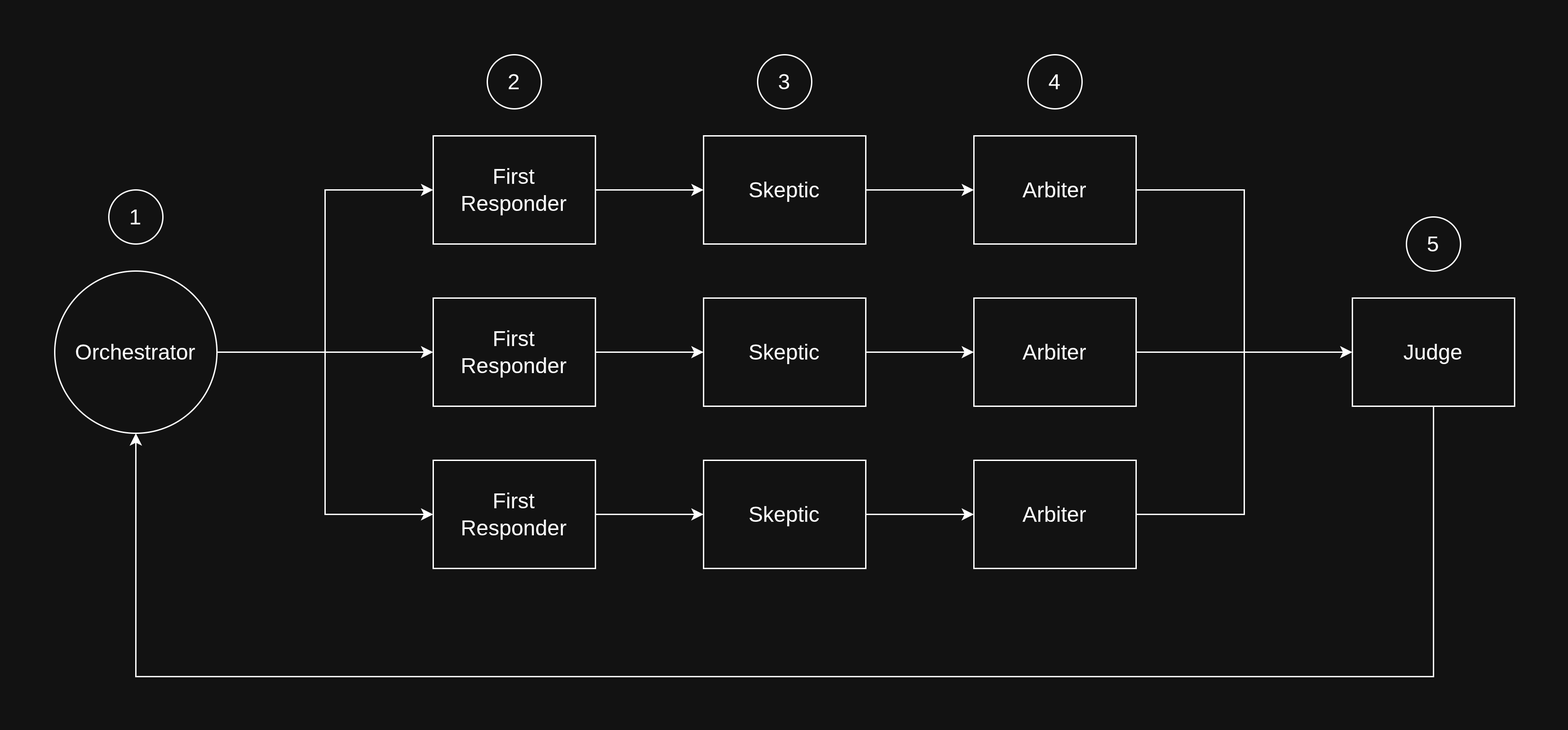
Above: chatbot/figures/figure_2.drawio.png in symbolfigures/bitloops (draw.io), before the change. Source tidied: cells renumbered, new cells last; positions are measured from the earlier drawing's top-left corner, leaving out a move shared by most shapes. Source of this version:
```xml
<mxGraphModel>
  <root>
    <mxCell id="0" />
    <mxCell id="1" parent="0" />
    <mxCell id="2" style="rounded=0;whiteSpace=wrap;html=1;fillColor=none;strokeColor=none;" parent="1" vertex="1">
      <mxGeometry width="1160" height="540" as="geometry" />
    </mxCell>
    <mxCell id="3" style="edgeStyle=orthogonalEdgeStyle;rounded=0;jettySize=auto;html=1;entryX=0;entryY=0.5;entryDx=0;entryDy=0;" parent="1" edge="1" source="4" target="10">
      <mxGeometry relative="1" as="geometry" />
    </mxCell>
    <mxCell id="4" value="&lt;font style=&quot;font-size: 16px;&quot;&gt;First&lt;/font&gt;&lt;div&gt;&lt;font style=&quot;font-size: 16px;&quot;&gt;Responder&lt;/font&gt;&lt;/div&gt;" style="rounded=0;whiteSpace=wrap;html=1;" parent="1" vertex="1">
      <mxGeometry x="320" y="100" width="120" height="80" as="geometry" />
    </mxCell>
    <mxCell id="5" style="edgeStyle=orthogonalEdgeStyle;rounded=0;jettySize=auto;html=1;entryX=0;entryY=0.5;entryDx=0;entryDy=0;" parent="1" edge="1" source="6" target="12">
      <mxGeometry relative="1" as="geometry" />
    </mxCell>
    <mxCell id="6" value="&lt;font style=&quot;font-size: 16px;&quot;&gt;First&lt;/font&gt;&lt;div&gt;&lt;font style=&quot;font-size: 16px;&quot;&gt;Responder&lt;/font&gt;&lt;/div&gt;" style="rounded=0;whiteSpace=wrap;html=1;" parent="1" vertex="1">
      <mxGeometry x="320" y="220" width="120" height="80" as="geometry" />
    </mxCell>
    <mxCell id="7" style="edgeStyle=orthogonalEdgeStyle;rounded=0;jettySize=auto;html=1;entryX=0;entryY=0.5;entryDx=0;entryDy=0;" parent="1" edge="1" source="8" target="14">
      <mxGeometry relative="1" as="geometry" />
    </mxCell>
    <mxCell id="8" value="&lt;font style=&quot;font-size: 16px;&quot;&gt;First&lt;/font&gt;&lt;div&gt;&lt;font style=&quot;font-size: 16px;&quot;&gt;Responder&lt;/font&gt;&lt;/div&gt;" style="rounded=0;whiteSpace=wrap;html=1;" parent="1" vertex="1">
      <mxGeometry x="320" y="340" width="120" height="80" as="geometry" />
    </mxCell>
    <mxCell id="9" style="edgeStyle=orthogonalEdgeStyle;rounded=0;jettySize=auto;html=1;entryX=0;entryY=0.5;entryDx=0;entryDy=0;" parent="1" edge="1" source="10" target="16">
      <mxGeometry relative="1" as="geometry" />
    </mxCell>
    <mxCell id="10" value="&lt;span style=&quot;font-size: 16px;&quot;&gt;Skeptic&lt;/span&gt;" style="rounded=0;whiteSpace=wrap;html=1;" parent="1" vertex="1">
      <mxGeometry x="520" y="100" width="120" height="80" as="geometry" />
    </mxCell>
    <mxCell id="11" style="edgeStyle=orthogonalEdgeStyle;rounded=0;jettySize=auto;html=1;entryX=0;entryY=0.5;entryDx=0;entryDy=0;" parent="1" edge="1" source="12" target="18">
      <mxGeometry relative="1" as="geometry" />
    </mxCell>
    <mxCell id="12" value="&lt;span style=&quot;font-size: 16px;&quot;&gt;Skeptic&lt;/span&gt;" style="rounded=0;whiteSpace=wrap;html=1;" parent="1" vertex="1">
      <mxGeometry x="520" y="220" width="120" height="80" as="geometry" />
    </mxCell>
    <mxCell id="13" style="edgeStyle=orthogonalEdgeStyle;rounded=0;jettySize=auto;html=1;entryX=0;entryY=0.5;entryDx=0;entryDy=0;" parent="1" edge="1" source="14" target="20">
      <mxGeometry relative="1" as="geometry" />
    </mxCell>
    <mxCell id="14" value="&lt;span style=&quot;font-size: 16px;&quot;&gt;Skeptic&lt;/span&gt;" style="rounded=0;whiteSpace=wrap;html=1;" parent="1" vertex="1">
      <mxGeometry x="520" y="340" width="120" height="80" as="geometry" />
    </mxCell>
    <mxCell id="15" style="edgeStyle=orthogonalEdgeStyle;rounded=0;jettySize=auto;html=1;" parent="1" edge="1" source="16" target="22">
      <mxGeometry relative="1" as="geometry">
        <Array as="points">
          <mxPoint x="920" y="140" />
          <mxPoint x="920" y="260" />
        </Array>
      </mxGeometry>
    </mxCell>
    <mxCell id="16" value="&lt;span style=&quot;font-size: 16px;&quot;&gt;Arbiter&lt;/span&gt;" style="rounded=0;whiteSpace=wrap;html=1;" parent="1" vertex="1">
      <mxGeometry x="720" y="100" width="120" height="80" as="geometry" />
    </mxCell>
    <mxCell id="17" style="edgeStyle=orthogonalEdgeStyle;rounded=0;jettySize=auto;html=1;entryX=0;entryY=0.5;entryDx=0;entryDy=0;" parent="1" edge="1" source="18" target="22">
      <mxGeometry relative="1" as="geometry" />
    </mxCell>
    <mxCell id="18" value="&lt;span style=&quot;font-size: 16px;&quot;&gt;Arbiter&lt;/span&gt;" style="rounded=0;whiteSpace=wrap;html=1;" parent="1" vertex="1">
      <mxGeometry x="720" y="220" width="120" height="80" as="geometry" />
    </mxCell>
    <mxCell id="19" style="edgeStyle=orthogonalEdgeStyle;rounded=0;jettySize=auto;html=1;" parent="1" edge="1" source="20" target="22">
      <mxGeometry relative="1" as="geometry">
        <Array as="points">
          <mxPoint x="920" y="380" />
          <mxPoint x="920" y="260" />
        </Array>
      </mxGeometry>
    </mxCell>
    <mxCell id="20" value="&lt;span style=&quot;font-size: 16px;&quot;&gt;Arbiter&lt;/span&gt;" style="rounded=0;whiteSpace=wrap;html=1;" parent="1" vertex="1">
      <mxGeometry x="720" y="340" width="120" height="80" as="geometry" />
    </mxCell>
    <mxCell id="21" style="edgeStyle=orthogonalEdgeStyle;rounded=0;jettySize=auto;html=1;entryX=0.5;entryY=1;entryDx=0;entryDy=0;" parent="1" edge="1" source="22" target="26">
      <mxGeometry relative="1" as="geometry">
        <Array as="points">
          <mxPoint x="1060" y="500" />
          <mxPoint x="100" y="500" />
        </Array>
      </mxGeometry>
    </mxCell>
    <mxCell id="22" value="&lt;span style=&quot;font-size: 16px;&quot;&gt;Judge&lt;/span&gt;" style="rounded=0;whiteSpace=wrap;html=1;" parent="1" vertex="1">
      <mxGeometry x="1000" y="220" width="120" height="80" as="geometry" />
    </mxCell>
    <mxCell id="23" style="edgeStyle=orthogonalEdgeStyle;rounded=0;jettySize=auto;html=1;entryX=0;entryY=0.5;entryDx=0;entryDy=0;" parent="1" edge="1" source="26" target="6">
      <mxGeometry relative="1" as="geometry" />
    </mxCell>
    <mxCell id="24" style="edgeStyle=orthogonalEdgeStyle;rounded=0;jettySize=auto;html=1;entryX=0;entryY=0.5;entryDx=0;entryDy=0;" parent="1" edge="1" source="26" target="4">
      <mxGeometry relative="1" as="geometry" />
    </mxCell>
    <mxCell id="25" style="edgeStyle=orthogonalEdgeStyle;rounded=0;jettySize=auto;html=1;entryX=0;entryY=0.5;entryDx=0;entryDy=0;" parent="1" edge="1" source="26" target="8">
      <mxGeometry relative="1" as="geometry" />
    </mxCell>
    <mxCell id="26" value="&lt;span style=&quot;font-size: 16px;&quot;&gt;Orchestrator&lt;/span&gt;" style="ellipse;whiteSpace=wrap;html=1;" parent="1" vertex="1">
      <mxGeometry x="40" y="200" width="120" height="120" as="geometry" />
    </mxCell>
    <mxCell id="27" value="&lt;font style=&quot;font-size: 16px;&quot;&gt;1&lt;/font&gt;" style="ellipse;whiteSpace=wrap;html=1;" parent="1" vertex="1">
      <mxGeometry x="80" y="140" width="40" height="40" as="geometry" />
    </mxCell>
    <mxCell id="28" value="&lt;font style=&quot;font-size: 16px;&quot;&gt;2&lt;/font&gt;" style="ellipse;whiteSpace=wrap;html=1;" parent="1" vertex="1">
      <mxGeometry x="360" y="40" width="40" height="40" as="geometry" />
    </mxCell>
    <mxCell id="29" value="&lt;font style=&quot;font-size: 16px;&quot;&gt;3&lt;/font&gt;" style="ellipse;whiteSpace=wrap;html=1;" parent="1" vertex="1">
      <mxGeometry x="560" y="40" width="40" height="40" as="geometry" />
    </mxCell>
    <mxCell id="30" value="&lt;font style=&quot;font-size: 16px;&quot;&gt;4&lt;/font&gt;" style="ellipse;whiteSpace=wrap;html=1;" parent="1" vertex="1">
      <mxGeometry x="760" y="40" width="40" height="40" as="geometry" />
    </mxCell>
    <mxCell id="31" value="&lt;font style=&quot;font-size: 16px;&quot;&gt;5&lt;/font&gt;" style="ellipse;whiteSpace=wrap;html=1;" parent="1" vertex="1">
      <mxGeometry x="1040" y="160" width="40" height="40" as="geometry" />
    </mxCell>
  </root>
</mxGraphModel>
```
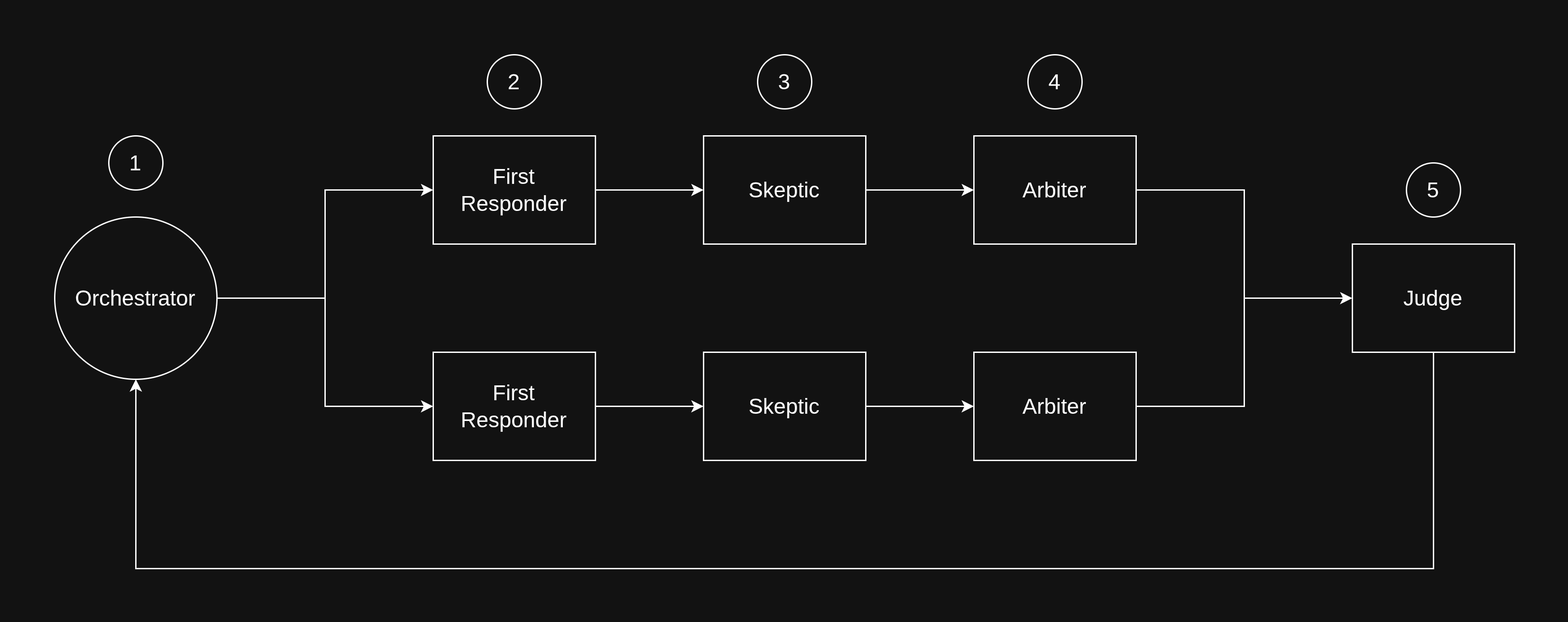
The same file after the commit.

The edit, as a diff of the source:
```diff
@@ -3,86 +3,55 @@
     <mxCell id="0" />
     <mxCell id="1" parent="0" />
     <mxCell id="2" style="rounded=0;whiteSpace=wrap;html=1;fillColor=none;strokeColor=none;" parent="1" vertex="1">
-      <mxGeometry width="1160" height="540" as="geometry" />
+      <mxGeometry y="40" width="1160" height="460" as="geometry" />
     </mxCell>
     <mxCell id="3" style="edgeStyle=orthogonalEdgeStyle;rounded=0;jettySize=auto;html=1;entryX=0;entryY=0.5;entryDx=0;entryDy=0;" parent="1" edge="1" source="4" target="10">
       <mxGeometry relative="1" as="geometry" />
     </mxCell>
     <mxCell id="4" value="&lt;font style=&quot;font-size: 16px;&quot;&gt;First&lt;/font&gt;&lt;div&gt;&lt;font style=&quot;font-size: 16px;&quot;&gt;Responder&lt;/font&gt;&lt;/div&gt;" style="rounded=0;whiteSpace=wrap;html=1;" parent="1" vertex="1">
-      <mxGeometry x="320" y="100" width="120" height="80" as="geometry" />
+      <mxGeometry x="320" y="140" width="120" height="80" as="geometry" />
     </mxCell>
-    <mxCell id="5" style="edgeStyle=orthogonalEdgeStyle;rounded=0;jettySize=auto;html=1;entryX=0;entryY=0.5;entryDx=0;entryDy=0;" parent="1" edge="1" source="6" target="12">
-      <mxGeometry relative="1" as="geometry" />
-    </mxCell>
-    <mxCell id="6" value="&lt;font style=&quot;font-size: 16px;&quot;&gt;First&lt;/font&gt;&lt;div&gt;&lt;font style=&quot;font-size: 16px;&quot;&gt;Responder&lt;/font&gt;&lt;/div&gt;" style="rounded=0;whiteSpace=wrap;html=1;" parent="1" vertex="1">
-      <mxGeometry x="320" y="220" width="120" height="80" as="geometry" />
-    </mxCell>
     <mxCell id="7" style="edgeStyle=orthogonalEdgeStyle;rounded=0;jettySize=auto;html=1;entryX=0;entryY=0.5;entryDx=0;entryDy=0;" parent="1" edge="1" source="8" target="14">
       <mxGeometry relative="1" as="geometry" />
     </mxCell>
     <mxCell id="8" value="&lt;font style=&quot;font-size: 16px;&quot;&gt;First&lt;/font&gt;&lt;div&gt;&lt;font style=&quot;font-size: 16px;&quot;&gt;Responder&lt;/font&gt;&lt;/div&gt;" style="rounded=0;whiteSpace=wrap;html=1;" parent="1" vertex="1">
-      <mxGeometry x="320" y="340" width="120" height="80" as="geometry" />
+      <mxGeometry x="320" y="300" width="120" height="80" as="geometry" />
     </mxCell>
     <mxCell id="9" style="edgeStyle=orthogonalEdgeStyle;rounded=0;jettySize=auto;html=1;entryX=0;entryY=0.5;entryDx=0;entryDy=0;" parent="1" edge="1" source="10" target="16">
       <mxGeometry relative="1" as="geometry" />
     </mxCell>
     <mxCell id="10" value="&lt;span style=&quot;font-size: 16px;&quot;&gt;Skeptic&lt;/span&gt;" style="rounded=0;whiteSpace=wrap;html=1;" parent="1" vertex="1">
-      <mxGeometry x="520" y="100" width="120" height="80" as="geometry" />
+      <mxGeometry x="520" y="140" width="120" height="80" as="geometry" />
     </mxCell>
-    <mxCell id="11" style="edgeStyle=orthogonalEdgeStyle;rounded=0;jettySize=auto;html=1;entryX=0;entryY=0.5;entryDx=0;entryDy=0;" parent="1" edge="1" source="12" target="18">
-      <mxGeometry relative="1" as="geometry" />
-    </mxCell>
-    <mxCell id="12" value="&lt;span style=&quot;font-size: 16px;&quot;&gt;Skeptic&lt;/span&gt;" style="rounded=0;whiteSpace=wrap;html=1;" parent="1" vertex="1">
-      <mxGeometry x="520" y="220" width="120" height="80" as="geometry" />
-    </mxCell>
     <mxCell id="13" style="edgeStyle=orthogonalEdgeStyle;rounded=0;jettySize=auto;html=1;entryX=0;entryY=0.5;entryDx=0;entryDy=0;" parent="1" edge="1" source="14" target="20">
       <mxGeometry relative="1" as="geometry" />
     </mxCell>
     <mxCell id="14" value="&lt;span style=&quot;font-size: 16px;&quot;&gt;Skeptic&lt;/span&gt;" style="rounded=0;whiteSpace=wrap;html=1;" parent="1" vertex="1">
-      <mxGeometry x="520" y="340" width="120" height="80" as="geometry" />
+      <mxGeometry x="520" y="300" width="120" height="80" as="geometry" />
     </mxCell>
-    <mxCell id="15" style="edgeStyle=orthogonalEdgeStyle;rounded=0;jettySize=auto;html=1;" parent="1" edge="1" source="16" target="22">
-      <mxGeometry relative="1" as="geometry">
-        <Array as="points">
-          <mxPoint x="920" y="140" />
-          <mxPoint x="920" y="260" />
-        </Array>
-      </mxGeometry>
+    <mxCell id="15" style="edgeStyle=orthogonalEdgeStyle;rounded=0;jettySize=auto;html=1;entryX=0;entryY=0.5;entryDx=0;entryDy=0;" parent="1" edge="1" source="16" target="22">
+      <mxGeometry relative="1" as="geometry" />
     </mxCell>
     <mxCell id="16" value="&lt;span style=&quot;font-size: 16px;&quot;&gt;Arbiter&lt;/span&gt;" style="rounded=0;whiteSpace=wrap;html=1;" parent="1" vertex="1">
-      <mxGeometry x="720" y="100" width="120" height="80" as="geometry" />
+      <mxGeometry x="720" y="140" width="120" height="80" as="geometry" />
     </mxCell>
-    <mxCell id="17" style="edgeStyle=orthogonalEdgeStyle;rounded=0;jettySize=auto;html=1;entryX=0;entryY=0.5;entryDx=0;entryDy=0;" parent="1" edge="1" source="18" target="22">
-      <mxGeometry relative="1" as="geometry" />
-    </mxCell>
-    <mxCell id="18" value="&lt;span style=&quot;font-size: 16px;&quot;&gt;Arbiter&lt;/span&gt;" style="rounded=0;whiteSpace=wrap;html=1;" parent="1" vertex="1">
-      <mxGeometry x="720" y="220" width="120" height="80" as="geometry" />
-    </mxCell>
-    <mxCell id="19" style="edgeStyle=orthogonalEdgeStyle;rounded=0;jettySize=auto;html=1;" parent="1" edge="1" source="20" target="22">
-      <mxGeometry relative="1" as="geometry">
-        <Array as="points">
-          <mxPoint x="920" y="380" />
-          <mxPoint x="920" y="260" />
-        </Array>
-      </mxGeometry>
+    <mxCell id="19" style="edgeStyle=orthogonalEdgeStyle;rounded=0;jettySize=auto;html=1;entryX=0;entryY=0.5;entryDx=0;entryDy=0;" parent="1" edge="1" source="20" target="22">
+      <mxGeometry relative="1" as="geometry" />
     </mxCell>
     <mxCell id="20" value="&lt;span style=&quot;font-size: 16px;&quot;&gt;Arbiter&lt;/span&gt;" style="rounded=0;whiteSpace=wrap;html=1;" parent="1" vertex="1">
-      <mxGeometry x="720" y="340" width="120" height="80" as="geometry" />
+      <mxGeometry x="720" y="300" width="120" height="80" as="geometry" />
     </mxCell>
     <mxCell id="21" style="edgeStyle=orthogonalEdgeStyle;rounded=0;jettySize=auto;html=1;entryX=0.5;entryY=1;entryDx=0;entryDy=0;" parent="1" edge="1" source="22" target="26">
       <mxGeometry relative="1" as="geometry">
         <Array as="points">
-          <mxPoint x="1060" y="500" />
-          <mxPoint x="100" y="500" />
+          <mxPoint x="1060" y="460" />
+          <mxPoint x="100" y="460" />
         </Array>
       </mxGeometry>
     </mxCell>
     <mxCell id="22" value="&lt;span style=&quot;font-size: 16px;&quot;&gt;Judge&lt;/span&gt;" style="rounded=0;whiteSpace=wrap;html=1;" parent="1" vertex="1">
       <mxGeometry x="1000" y="220" width="120" height="80" as="geometry" />
     </mxCell>
-    <mxCell id="23" style="edgeStyle=orthogonalEdgeStyle;rounded=0;jettySize=auto;html=1;entryX=0;entryY=0.5;entryDx=0;entryDy=0;" parent="1" edge="1" source="26" target="6">
-      <mxGeometry relative="1" as="geometry" />
-    </mxCell>
     <mxCell id="24" style="edgeStyle=orthogonalEdgeStyle;rounded=0;jettySize=auto;html=1;entryX=0;entryY=0.5;entryDx=0;entryDy=0;" parent="1" edge="1" source="26" target="4">
       <mxGeometry relative="1" as="geometry" />
     </mxCell>
@@ -96,13 +65,13 @@
       <mxGeometry x="80" y="140" width="40" height="40" as="geometry" />
     </mxCell>
     <mxCell id="28" value="&lt;font style=&quot;font-size: 16px;&quot;&gt;2&lt;/font&gt;" style="ellipse;whiteSpace=wrap;html=1;" parent="1" vertex="1">
-      <mxGeometry x="360" y="40" width="40" height="40" as="geometry" />
+      <mxGeometry x="360" y="80" width="40" height="40" as="geometry" />
     </mxCell>
     <mxCell id="29" value="&lt;font style=&quot;font-size: 16px;&quot;&gt;3&lt;/font&gt;" style="ellipse;whiteSpace=wrap;html=1;" parent="1" vertex="1">
-      <mxGeometry x="560" y="40" width="40" height="40" as="geometry" />
+      <mxGeometry x="560" y="80" width="40" height="40" as="geometry" />
     </mxCell>
     <mxCell id="30" value="&lt;font style=&quot;font-size: 16px;&quot;&gt;4&lt;/font&gt;" style="ellipse;whiteSpace=wrap;html=1;" parent="1" vertex="1">
-      <mxGeometry x="760" y="40" width="40" height="40" as="geometry" />
+      <mxGeometry x="760" y="80" width="40" height="40" as="geometry" />
     </mxCell>
     <mxCell id="31" value="&lt;font style=&quot;font-size: 16px;&quot;&gt;5&lt;/font&gt;" style="ellipse;whiteSpace=wrap;html=1;" parent="1" vertex="1">
       <mxGeometry x="1040" y="160" width="40" height="40" as="geometry" />
```
